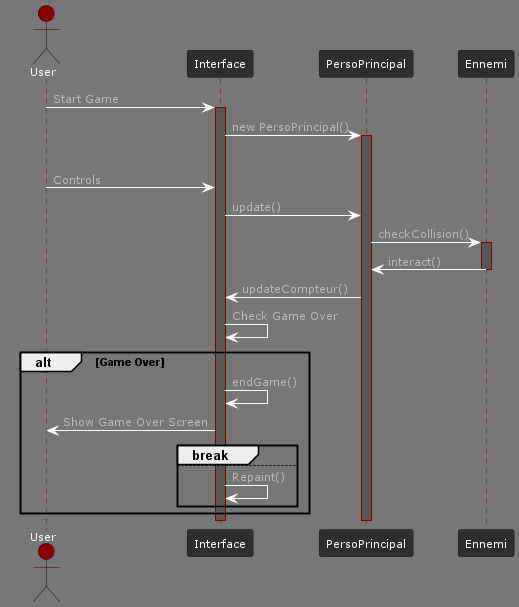
Above: out/diagrammesplantuml/Diagramme de sequence sprint3/Diagramme de sequence sprint3.png in Naadal021/ISN-2023-powerrangers (PlantUML), before the change.
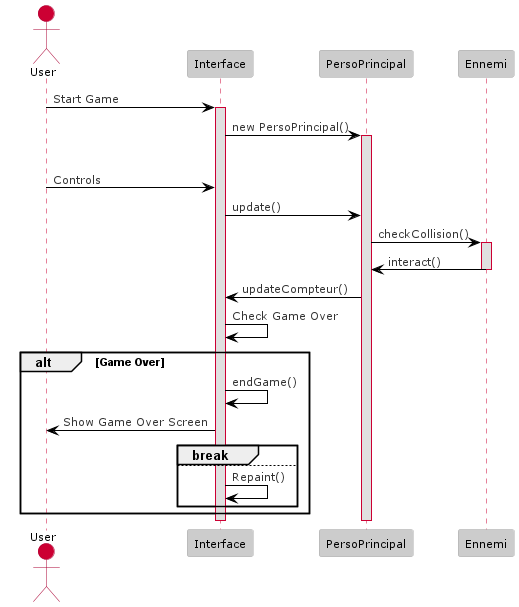
Later version of the same file.

Change to the diagram source:
```diff
@@ -1,5 +1,5 @@
 @startuml
-!define DARKRED
+!define LIGHTRED
 !includeurl https://raw.githubusercontent.com/Drakemor/RedDress-PlantUML/master/style.puml
 actor User
 participant Interface
```
